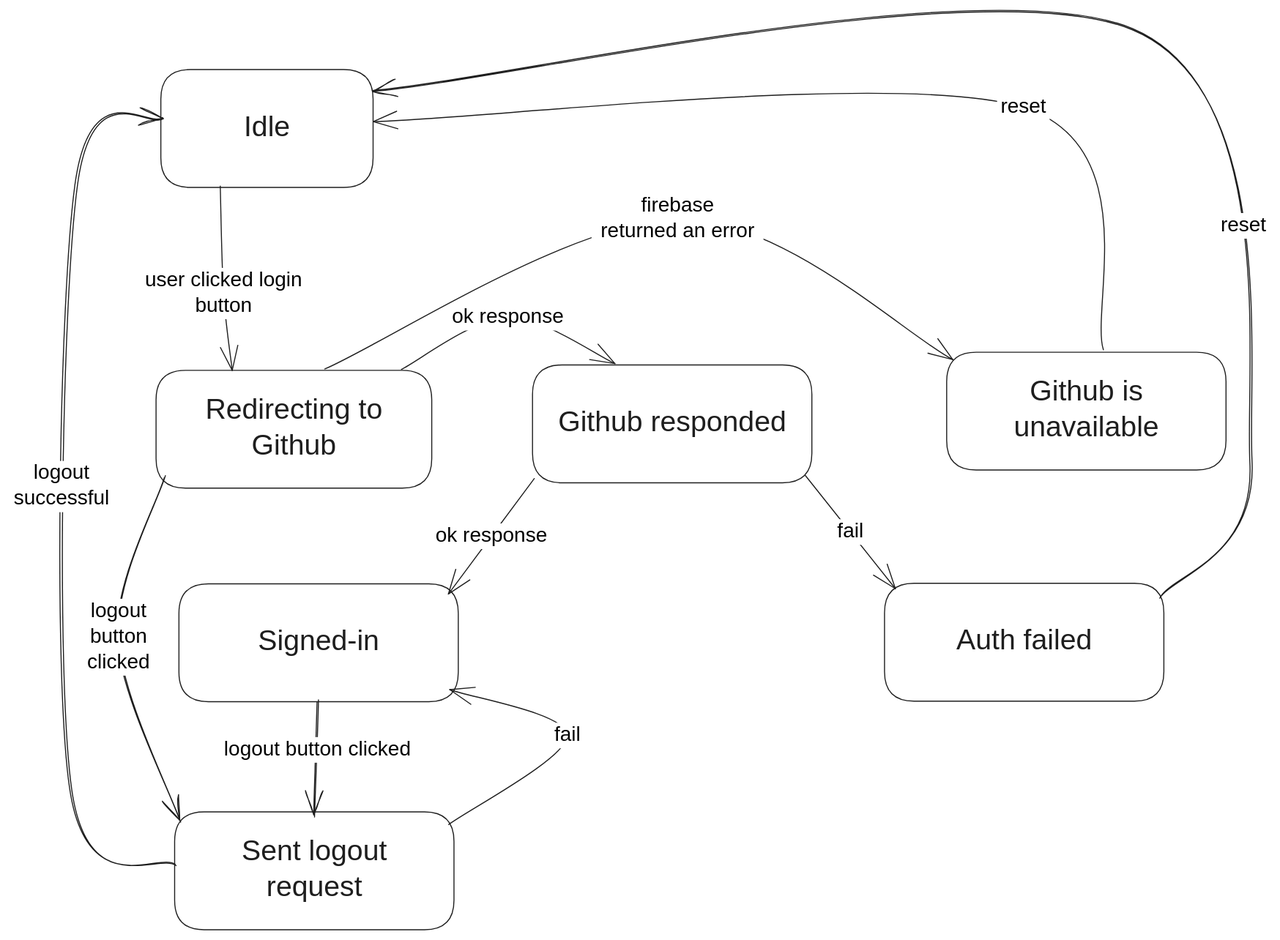
mulllhausen/auth keeps this Excalidraw diagram as firebase-wrapper/public/images/fsm-github-flowchart-cleaned.svg. Above is the earlier version. Source tidied: one line per element, renumbered; positions are measured from the earlier drawing's top-left corner, leaving out a move shared by most shapes. Source of this version:
```json
{"id": 0, "type": "rectangle", "strokeColor": "#1e1e1e", "backgroundColor": "#b2f2bb", "fillStyle": "solid", "strokeWidth": 1, "roughness": 0, "round": true, "x": 142, "y": 333, "width": 269, "height": 115}
{"id": 1, "type": "text", "text": "Redirecting to\nGithub", "strokeColor": "#1e1e1e", "backgroundColor": "#b2f2bb", "fillStyle": "solid", "strokeWidth": 1, "strokeStyle": "dashed", "roughness": 0, "fontSize": 28, "fontFamily": 5, "textAlign": "center", "verticalAlign": "middle", "inside": 0, "x": 179, "y": 356, "width": 196, "height": 70}
{"id": 2, "type": "rectangle", "strokeColor": "#1e1e1e", "backgroundColor": "#b2f2bb", "fillStyle": "solid", "strokeWidth": 1, "roughness": 0, "round": true, "x": 509, "y": 328, "width": 273, "height": 115}
{"id": 3, "type": "text", "text": "Github responded", "strokeColor": "#1e1e1e", "backgroundColor": "#b2f2bb", "fillStyle": "solid", "strokeWidth": 1, "strokeStyle": "dashed", "roughness": 0, "fontSize": 28, "fontFamily": 5, "textAlign": "center", "verticalAlign": "middle", "inside": 2, "x": 526, "y": 368, "width": 239, "height": 35}
{"id": 4, "type": "rectangle", "strokeColor": "#1e1e1e", "backgroundColor": "#b2f2bb", "fillStyle": "solid", "strokeWidth": 1, "roughness": 0, "round": true, "x": 914, "y": 315, "width": 273, "height": 115}
{"id": 5, "type": "text", "text": "Github is\nunavailable", "strokeColor": "#1e1e1e", "backgroundColor": "#b2f2bb", "fillStyle": "solid", "strokeWidth": 1, "strokeStyle": "dashed", "roughness": 0, "fontSize": 28, "fontFamily": 5, "textAlign": "center", "verticalAlign": "middle", "inside": 4, "x": 979, "y": 338, "width": 142, "height": 70}
{"id": 6, "type": "rectangle", "strokeColor": "#1e1e1e", "backgroundColor": "#b2f2bb", "fillStyle": "solid", "strokeWidth": 1, "roughness": 0, "round": true, "x": 164, "y": 541, "width": 273, "height": 115}
{"id": 7, "type": "text", "text": "Signed-in", "strokeColor": "#1e1e1e", "backgroundColor": "#b2f2bb", "fillStyle": "solid", "strokeWidth": 1, "strokeStyle": "dashed", "roughness": 0, "fontSize": 28, "fontFamily": 5, "textAlign": "center", "verticalAlign": "middle", "inside": 6, "x": 241, "y": 581, "width": 120, "height": 35}
{"id": 8, "type": "arrow", "strokeColor": "#1e1e1e", "strokeWidth": 1, "roughness": 0, "endArrowhead": "arrow", "round": true, "to": 6, "x": 511, "y": 439, "width": 84, "height": 113, "points": [[0, 0], [-84, 113]]}
{"id": 9, "type": "text", "text": "ok response", "strokeColor": "#1e1e1e", "strokeWidth": 1, "roughness": 0, "fontSize": 20, "fontFamily": 5, "textAlign": "center", "verticalAlign": "middle", "inside": 8, "x": 593, "y": 1083, "width": 115, "height": 25}
{"id": 10, "type": "arrow", "strokeColor": "#1e1e1e", "strokeWidth": 1, "roughness": 0, "endArrowhead": "arrow", "round": true, "x": 382, "y": 332, "width": 208, "height": 50, "points": [[0, 0], [104, -50], [208, -6]]}
{"id": 11, "type": "text", "text": "ok response", "strokeColor": "#1e1e1e", "strokeWidth": 1, "roughness": 0, "fontSize": 20, "fontFamily": 5, "textAlign": "center", "verticalAlign": "middle", "inside": 10, "x": 436, "y": 260, "width": 115, "height": 25}
{"id": 12, "type": "arrow", "strokeColor": "#1e1e1e", "strokeWidth": 1, "roughness": 0, "endArrowhead": "arrow", "round": true, "x": 307, "y": 332, "width": 613, "height": 147, "points": [[0, 0], [344, -147], [613, -9]]}
{"id": 13, "type": "text", "text": "firebase\nreturned an error", "strokeColor": "#1e1e1e", "strokeWidth": 1, "roughness": 0, "fontSize": 20, "fontFamily": 5, "textAlign": "center", "verticalAlign": "middle", "inside": 12, "x": 562, "y": 151, "width": 168, "height": 50}
{"id": 14, "type": "rectangle", "strokeColor": "#1e1e1e", "backgroundColor": "#b2f2bb", "fillStyle": "solid", "strokeWidth": 1, "roughness": 0, "round": true, "x": 147, "y": 40, "width": 207, "height": 115}
{"id": 15, "type": "text", "text": "Idle", "strokeColor": "#1e1e1e", "backgroundColor": "#b2f2bb", "fillStyle": "solid", "strokeWidth": 1, "strokeStyle": "dashed", "roughness": 0, "fontSize": 28, "fontFamily": 5, "textAlign": "center", "verticalAlign": "middle", "inside": 14, "x": 224, "y": 80, "width": 54, "height": 35}
{"id": 16, "type": "arrow", "strokeColor": "#1e1e1e", "strokeWidth": 1, "roughness": 0, "endArrowhead": "arrow", "round": true, "from": 14, "x": 205, "y": 153, "width": 12, "height": 180, "points": [[0, 0], [3, 105], [12, 180]]}
{"id": 17, "type": "text", "text": "user clicked login\nbutton", "strokeColor": "#1e1e1e", "strokeWidth": 1, "roughness": 0, "fontSize": 20, "fontFamily": 5, "textAlign": "center", "verticalAlign": "middle", "inside": 16, "x": 214, "y": 504, "width": 163, "height": 50}
{"id": 18, "type": "arrow", "strokeColor": "#1e1e1e", "strokeWidth": 1, "roughness": 0, "endArrowhead": "arrow", "round": true, "x": 1066, "y": 313, "width": 712, "height": 236, "points": [[0, 0], [-78, -236], [-712, -223]]}
{"id": 19, "type": "text", "text": "reset", "strokeColor": "#1e1e1e", "strokeWidth": 1, "roughness": 0, "fontSize": 20, "fontFamily": 5, "textAlign": "center", "verticalAlign": "middle", "inside": 18, "x": 1047, "y": 543, "width": 51, "height": 25}
{"id": 20, "type": "rectangle", "strokeColor": "#1e1e1e", "backgroundColor": "#b2f2bb", "fillStyle": "solid", "strokeWidth": 1, "roughness": 0, "round": true, "x": 853, "y": 541, "width": 273, "height": 115}
{"id": 21, "type": "text", "text": "Auth failed", "strokeColor": "#1e1e1e", "backgroundColor": "#b2f2bb", "fillStyle": "solid", "strokeWidth": 1, "strokeStyle": "dashed", "roughness": 0, "fontSize": 28, "fontFamily": 5, "textAlign": "center", "verticalAlign": "middle", "inside": 20, "x": 913, "y": 581, "width": 152, "height": 35}
{"id": 22, "type": "arrow", "strokeColor": "#1e1e1e", "strokeWidth": 1, "roughness": 0, "endArrowhead": "arrow", "round": true, "to": 20, "x": 776, "y": 436, "width": 88, "height": 110, "points": [[0, 0], [88, 110]]}
{"id": 23, "type": "text", "text": "fail", "strokeColor": "#1e1e1e", "strokeWidth": 1, "roughness": 0, "fontSize": 20, "fontFamily": 5, "textAlign": "center", "verticalAlign": "middle", "inside": 22, "x": 794, "y": 1080, "width": 31, "height": 25}
{"id": 24, "type": "arrow", "strokeColor": "#1e1e1e", "backgroundColor": "#ffc9c9", "fillStyle": "solid", "strokeWidth": 1, "roughness": 1, "endArrowhead": "arrow", "round": true, "to": 14, "x": 1123, "y": 554, "width": 858, "height": 554, "points": [[0, 0], [88, -131], [-29, -554], [-770, -494]]}
{"id": 25, "type": "text", "text": "reset", "strokeColor": "#1e1e1e", "backgroundColor": "#ffc9c9", "fillStyle": "solid", "strokeWidth": 1, "roughness": 1, "fontSize": 20, "fontFamily": 5, "textAlign": "center", "verticalAlign": "middle", "inside": 24, "x": 1253, "y": 142, "width": 51, "height": 25}
{"id": 26, "type": "text", "text": "logout\nsuccessful", "strokeColor": "#1e1e1e", "backgroundColor": "#e9ecef", "fillStyle": "solid", "strokeWidth": 1, "roughness": 1, "fontSize": 20, "fontFamily": 5, "textAlign": "center", "verticalAlign": "middle", "inside": 28, "x": 0, "y": 421, "width": 100, "height": 50}
{"id": 27, "type": "rectangle", "strokeColor": "#1e1e1e", "backgroundColor": "#b2f2bb", "fillStyle": "solid", "strokeWidth": 1, "roughness": 0, "round": true, "x": 160, "y": 764, "width": 273, "height": 115}
{"id": 28, "type": "arrow", "strokeColor": "#1e1e1e", "backgroundColor": "#e9ecef", "fillStyle": "solid", "strokeWidth": 1, "roughness": 1, "endArrowhead": "arrow", "round": true, "from": 27, "to": 14, "x": 161, "y": 817, "width": 102, "height": 730, "points": [[0, 0], [-102, -75], [-97, -665], [-13, -730]]}
{"id": 29, "type": "text", "text": "Sent logout\nrequest", "strokeColor": "#1e1e1e", "backgroundColor": "#b2f2bb", "fillStyle": "solid", "strokeWidth": 1, "strokeStyle": "dashed", "roughness": 0, "fontSize": 28, "fontFamily": 5, "textAlign": "center", "verticalAlign": "middle", "inside": 27, "x": 216, "y": 786, "width": 160, "height": 70}
{"id": 30, "type": "arrow", "strokeColor": "#1e1e1e", "backgroundColor": "#e9ecef", "fillStyle": "solid", "strokeWidth": 1, "roughness": 1, "endArrowhead": "arrow", "round": true, "from": 6, "to": 27, "x": 301, "y": 655, "width": 4, "height": 113, "points": [[0, 0], [-1, 48], [-4, 113]]}
{"id": 31, "type": "text", "text": "logout button clicked", "strokeColor": "#1e1e1e", "backgroundColor": "#e9ecef", "fillStyle": "solid", "strokeWidth": 1, "roughness": 1, "fontSize": 20, "fontFamily": 5, "textAlign": "center", "verticalAlign": "middle", "inside": 30, "x": 26, "y": 690, "width": 207, "height": 25}
{"id": 32, "type": "arrow", "strokeColor": "#1e1e1e", "backgroundColor": "#e9ecef", "fillStyle": "solid", "strokeWidth": 1, "roughness": 1, "endArrowhead": "arrow", "round": true, "from": 0, "to": 27, "x": 151, "y": 437, "width": 61, "height": 336, "points": [[0, 0], [-45, 157], [16, 336]]}
{"id": 33, "type": "text", "text": "logout\nbutton\nclicked", "strokeColor": "#1e1e1e", "backgroundColor": "#e9ecef", "fillStyle": "solid", "strokeWidth": 1, "roughness": 1, "fontSize": 20, "fontFamily": 5, "textAlign": "center", "verticalAlign": "middle", "inside": 32, "x": 58, "y": 616, "width": 67, "height": 75}
{"id": 34, "type": "arrow", "strokeColor": "#1e1e1e", "strokeWidth": 1, "roughness": 0, "endArrowhead": "arrow", "round": true, "from": 27, "to": 6, "x": 428, "y": 776, "width": 116, "height": 132, "points": [[0, 0], [116, -87], [1, -132]]}
{"id": 35, "type": "text", "text": "fail", "strokeColor": "#1e1e1e", "strokeWidth": 1, "roughness": 0, "fontSize": 20, "fontFamily": 5, "textAlign": "center", "verticalAlign": "middle", "inside": 34, "x": 788, "y": 733, "width": 31, "height": 25}
```
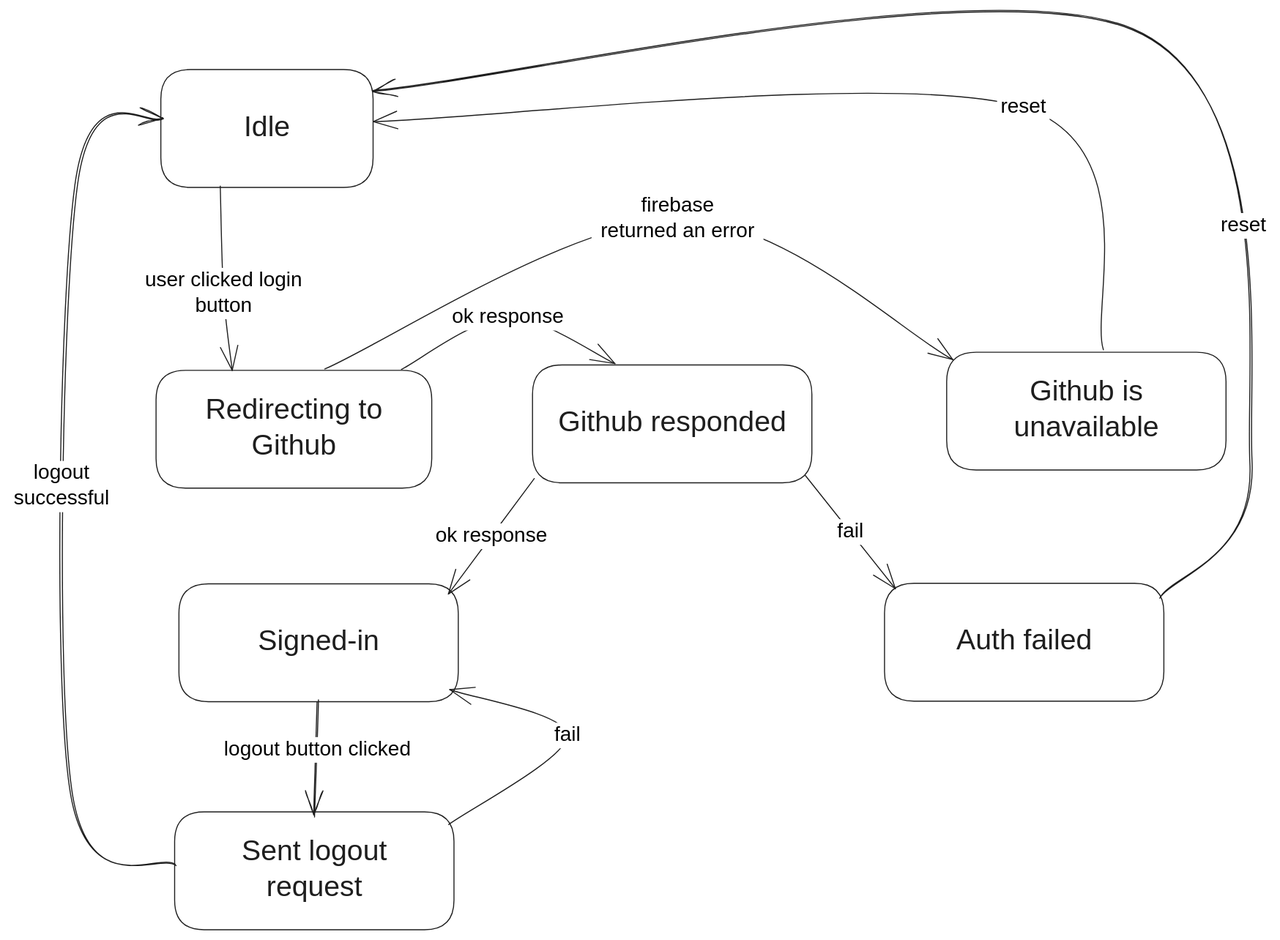
After the change.

Commit message:
fix the github flowchart

What changed in the source:
```diff
@@ -30,7 +30,5 @@
 {"id": 29, "type": "text", "text": "Sent logout\nrequest", "strokeColor": "#1e1e1e", "backgroundColor": "#b2f2bb", "fillStyle": "solid", "strokeWidth": 1, "strokeStyle": "dashed", "roughness": 0, "fontSize": 28, "fontFamily": 5, "textAlign": "center", "verticalAlign": "middle", "inside": 27, "x": 216, "y": 786, "width": 160, "height": 70}
 {"id": 30, "type": "arrow", "strokeColor": "#1e1e1e", "backgroundColor": "#e9ecef", "fillStyle": "solid", "strokeWidth": 1, "roughness": 1, "endArrowhead": "arrow", "round": true, "from": 6, "to": 27, "x": 301, "y": 655, "width": 4, "height": 113, "points": [[0, 0], [-1, 48], [-4, 113]]}
 {"id": 31, "type": "text", "text": "logout button clicked", "strokeColor": "#1e1e1e", "backgroundColor": "#e9ecef", "fillStyle": "solid", "strokeWidth": 1, "roughness": 1, "fontSize": 20, "fontFamily": 5, "textAlign": "center", "verticalAlign": "middle", "inside": 30, "x": 26, "y": 690, "width": 207, "height": 25}
-{"id": 32, "type": "arrow", "strokeColor": "#1e1e1e", "backgroundColor": "#e9ecef", "fillStyle": "solid", "strokeWidth": 1, "roughness": 1, "endArrowhead": "arrow", "round": true, "from": 0, "to": 27, "x": 151, "y": 437, "width": 61, "height": 336, "points": [[0, 0], [-45, 157], [16, 336]]}
-{"id": 33, "type": "text", "text": "logout\nbutton\nclicked", "strokeColor": "#1e1e1e", "backgroundColor": "#e9ecef", "fillStyle": "solid", "strokeWidth": 1, "roughness": 1, "fontSize": 20, "fontFamily": 5, "textAlign": "center", "verticalAlign": "middle", "inside": 32, "x": 58, "y": 616, "width": 67, "height": 75}
 {"id": 34, "type": "arrow", "strokeColor": "#1e1e1e", "strokeWidth": 1, "roughness": 0, "endArrowhead": "arrow", "round": true, "from": 27, "to": 6, "x": 428, "y": 776, "width": 116, "height": 132, "points": [[0, 0], [116, -87], [1, -132]]}
 {"id": 35, "type": "text", "text": "fail", "strokeColor": "#1e1e1e", "strokeWidth": 1, "roughness": 0, "fontSize": 20, "fontFamily": 5, "textAlign": "center", "verticalAlign": "middle", "inside": 34, "x": 788, "y": 733, "width": 31, "height": 25}
```
